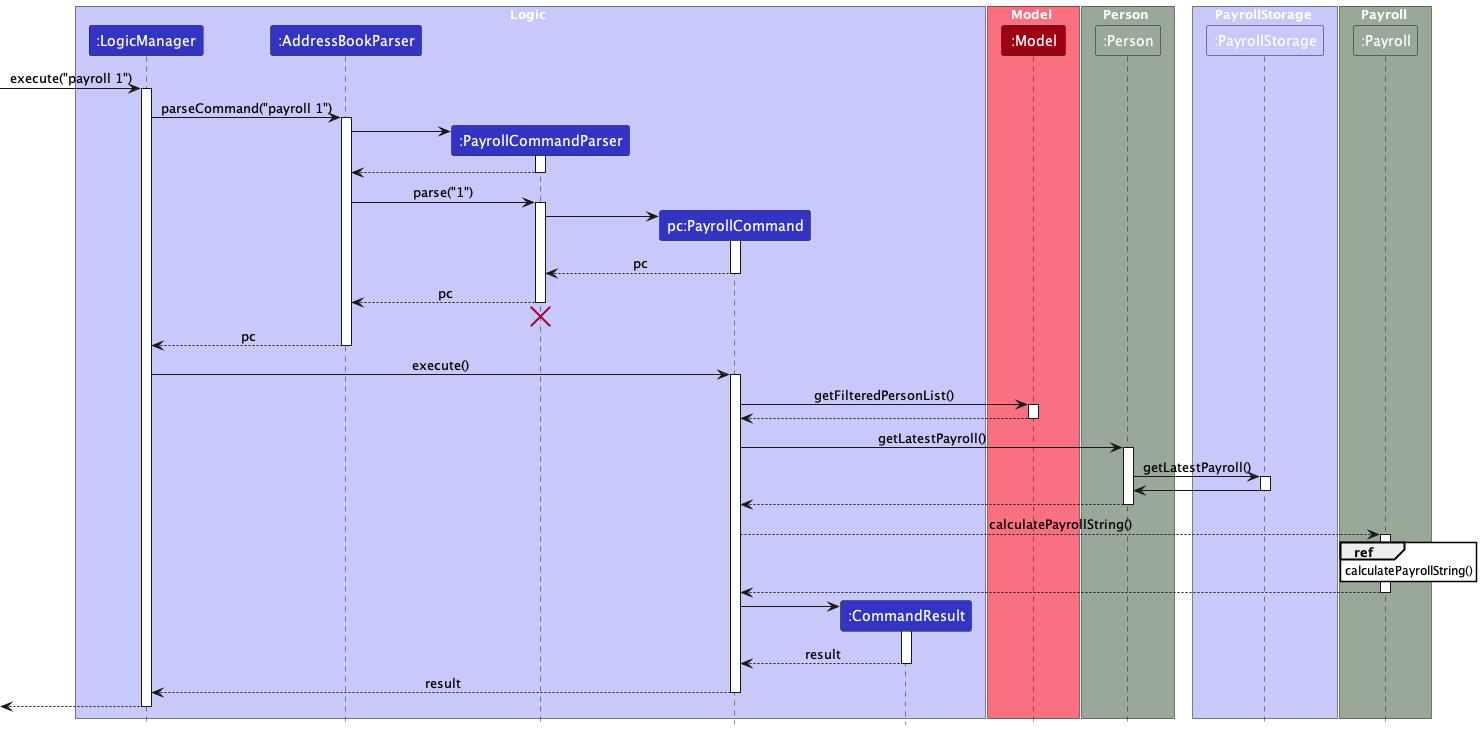
Earlier version of the PlantUML export docs/images/PayrollCalculationSequenceDiagram.png (nus-cs2103-AY2324S1/tp).
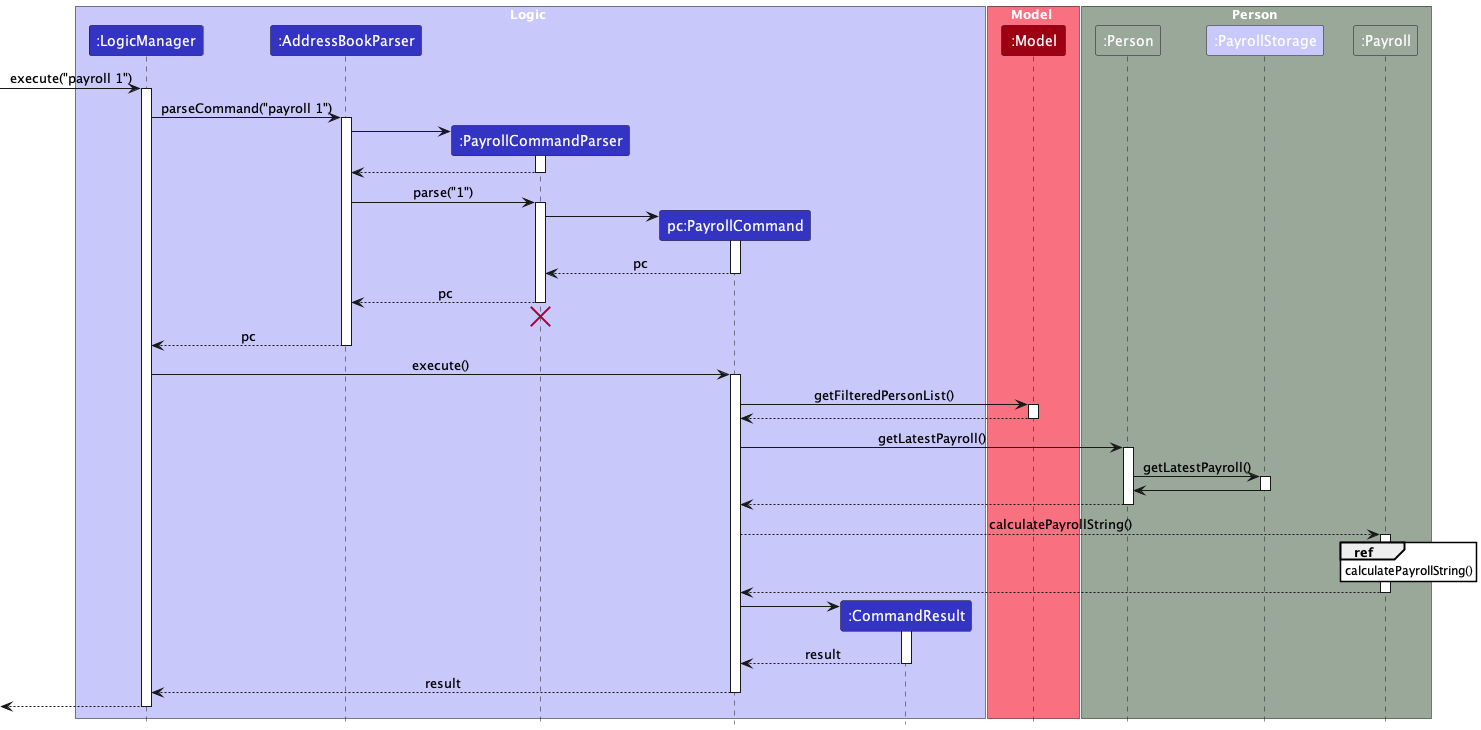
Above is the later version.

What changed in the source:
```diff
@@ -17,13 +17,7 @@
 
 box Person PERSON_COLOR
 participant ":Person" as Person PERSON_COLOR
-end box
-
-box PayrollStorage LOGIC_COLOR_T1
 participant ":PayrollStorage" as PayrollStorage LOGIC_COLOR_T1
-end box
-
-box Payroll PERSON_COLOR
 participant ":Payroll" as Payroll PERSON_COLOR
 end box
 
```
